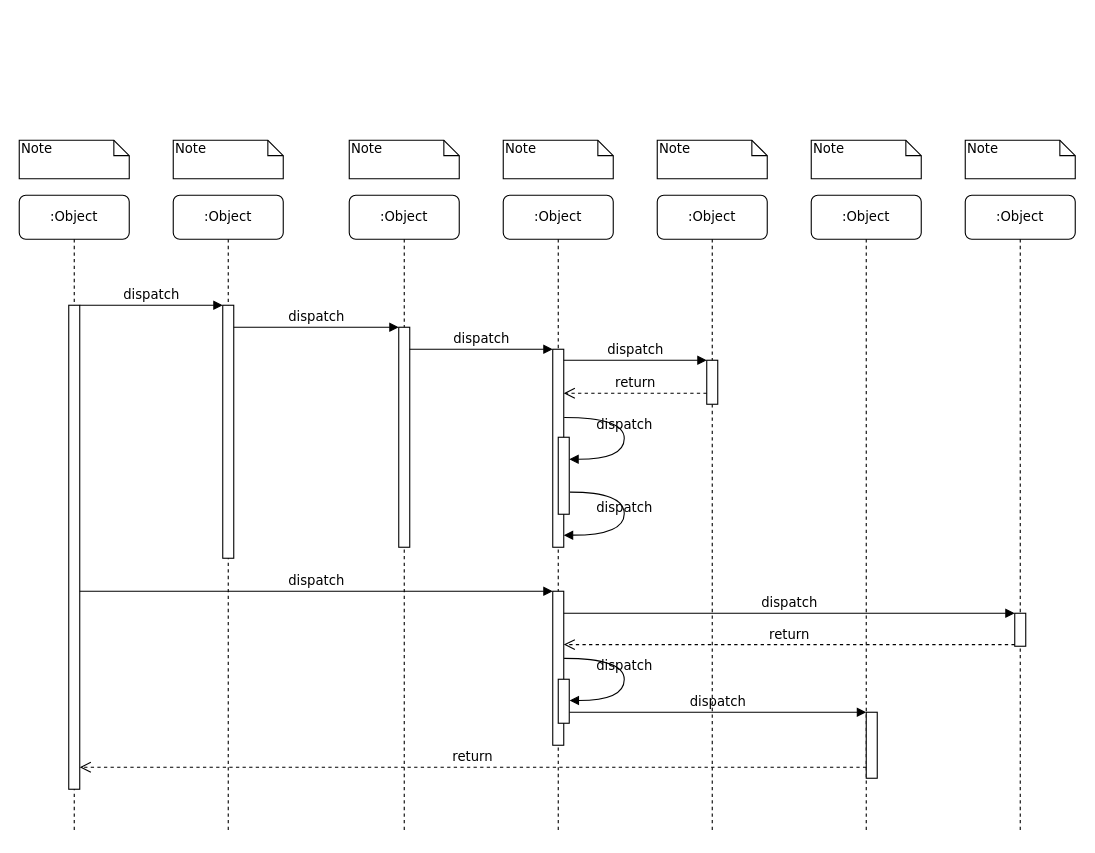
IRC-WIR/ft_irc keeps this draw.io diagram as docs/Untitled Diagram.drawio. Above is the earlier version. Source tidied: cells renumbered, new cells numbered last; positions are measured from the earlier drawing's top-left corner, leaving out a move shared by most shapes. Both pictures are drawn from the tidied source at 110%, with x=0, y=0 at pixel (19, 140).
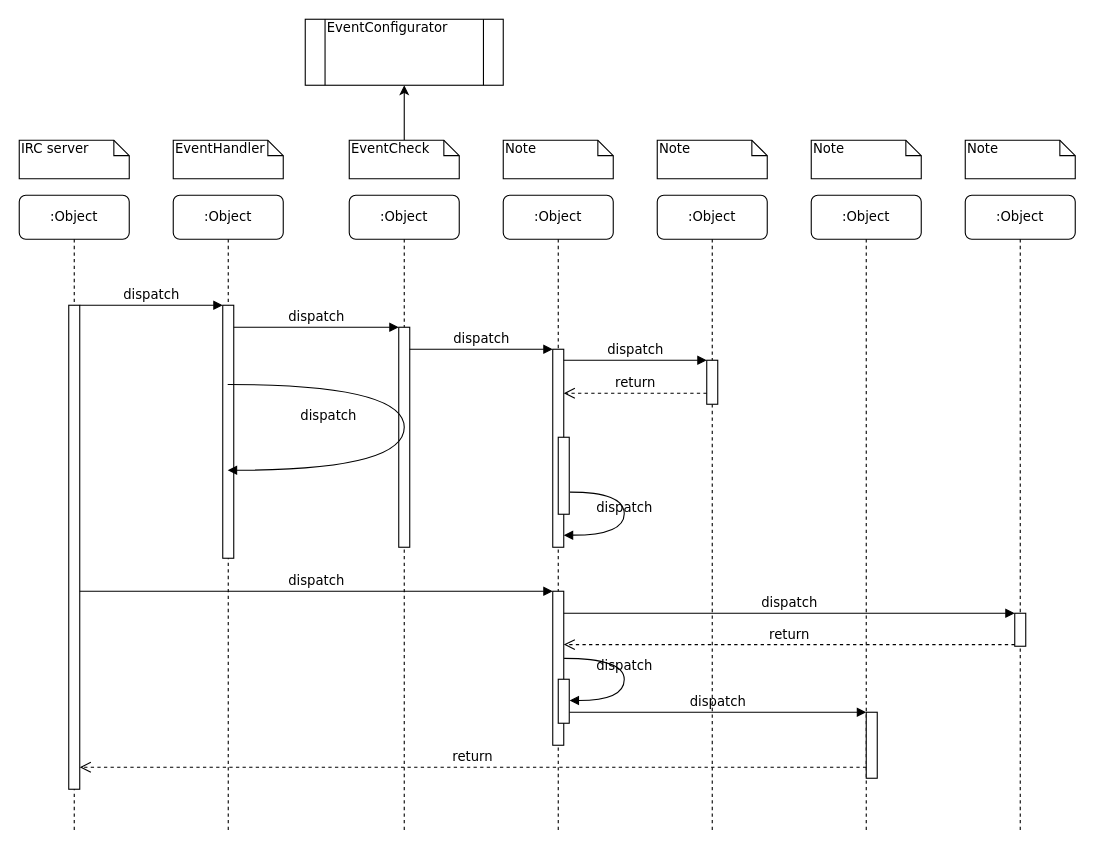
Above is the later version.

The change refers to these unchanged cells:
```xml
<mxCell id="2" value=":Object" style="shape=umlLifeline;perimeter=lifelinePerimeter;whiteSpace=wrap;html=1;outlineConnect=0;rounded=1;shadow=0;comic=0;labelBackgroundColor=none;strokeWidth=1;fontFamily=Verdana;fontSize=12;align=center;" parent="1" vertex="1">
  <mxGeometry x="140" y="50" width="100" height="580" as="geometry" />
</mxCell>
<mxCell id="12" style="html=1;points=[];perimeter=orthogonalPerimeter;rounded=0;shadow=0;comic=0;labelBackgroundColor=none;strokeWidth=1;fontFamily=Verdana;fontSize=12;align=center;" parent="1" vertex="1">
  <mxGeometry x="485" y="190" width="10" height="180" as="geometry" />
</mxCell>
<mxCell id="27" style="html=1;points=[];perimeter=orthogonalPerimeter;rounded=0;shadow=0;comic=0;labelBackgroundColor=none;strokeWidth=1;fontFamily=Verdana;fontSize=12;align=center;" parent="1" vertex="1">
  <mxGeometry x="490" y="270" width="10" height="70" as="geometry" />
</mxCell>
```

Change to the diagram source:
```diff
@@
-    <mxCell id="28" value="dispatch" style="html=1;verticalAlign=bottom;endArrow=block;labelBackgroundColor=none;fontFamily=Verdana;fontSize=12;elbow=vertical;edgeStyle=orthogonalEdgeStyle;curved=1;entryX=1;entryY=0.286;entryPerimeter=0;exitX=1.038;exitY=0.345;exitPerimeter=0;" parent="1" edge="1" source="12" target="27">
-      <mxGeometry relative="1" as="geometry">
-        <Array as="points">
-          <mxPoint x="550" y="252" />
-          <mxPoint x="550" y="290" />
-        </Array>
-      </mxGeometry>
-    </mxCell>
@@
-    <mxCell id="32" value="Note" style="shape=note;whiteSpace=wrap;html=1;size=14;verticalAlign=top;align=left;spacingTop=-6;rounded=0;shadow=0;comic=0;labelBackgroundColor=none;strokeWidth=1;fontFamily=Verdana;fontSize=12;" parent="1" vertex="1">
+    <mxCell id="32" value="IRC server" style="shape=note;whiteSpace=wrap;html=1;size=14;verticalAlign=top;align=left;spacingTop=-6;rounded=0;shadow=0;comic=0;labelBackgroundColor=none;strokeWidth=1;fontFamily=Verdana;fontSize=12;" parent="1" vertex="1">
       <mxGeometry width="100" height="35" as="geometry" />
     </mxCell>
-    <mxCell id="33" value="Note" style="shape=note;whiteSpace=wrap;html=1;size=14;verticalAlign=top;align=left;spacingTop=-6;rounded=0;shadow=0;comic=0;labelBackgroundColor=none;strokeWidth=1;fontFamily=Verdana;fontSize=12;" parent="1" vertex="1">
+    <mxCell id="33" value="EventHandler" style="shape=note;whiteSpace=wrap;html=1;size=14;verticalAlign=top;align=left;spacingTop=-6;rounded=0;shadow=0;comic=0;labelBackgroundColor=none;strokeWidth=1;fontFamily=Verdana;fontSize=12;" parent="1" vertex="1">
       <mxGeometry x="140" width="100" height="35" as="geometry" />
     </mxCell>
+    <mxCell id="39" style="edgeStyle=orthogonalEdgeStyle;rounded=0;jettySize=auto;html=1;" parent="1" edge="1" source="34" target="40">
+      <mxGeometry relative="1" as="geometry" />
+    </mxCell>
-    <mxCell id="34" value="Note" style="shape=note;whiteSpace=wrap;html=1;size=14;verticalAlign=top;align=left;spacingTop=-6;rounded=0;shadow=0;comic=0;labelBackgroundColor=none;strokeWidth=1;fontFamily=Verdana;fontSize=12;" parent="1" vertex="1">
+    <mxCell id="34" value="EventCheck" style="shape=note;whiteSpace=wrap;html=1;size=14;verticalAlign=top;align=left;spacingTop=-6;rounded=0;shadow=0;comic=0;labelBackgroundColor=none;strokeWidth=1;fontFamily=Verdana;fontSize=12;" parent="1" vertex="1">
       <mxGeometry x="300" width="100" height="35" as="geometry" />
     </mxCell>
@@
+    <mxCell id="28" value="dispatch" style="html=1;verticalAlign=bottom;endArrow=block;labelBackgroundColor=none;fontFamily=Verdana;fontSize=12;elbow=vertical;edgeStyle=orthogonalEdgeStyle;curved=1;" parent="1" edge="1" source="2" target="2">
+      <mxGeometry x="-0.55" y="-38" relative="1" as="geometry">
+        <Array as="points">
+          <mxPoint x="350" y="222" />
+          <mxPoint x="350" y="300" />
+        </Array>
+        <mxPoint x="1" as="offset" />
+      </mxGeometry>
+    </mxCell>
+    <mxCell id="40" value="EventConfigurator" style="shape=process;whiteSpace=wrap;html=1;backgroundOutline=1;fontFamily=Verdana;align=left;verticalAlign=top;spacingTop=-6;rounded=0;shadow=0;comic=0;labelBackgroundColor=none;strokeWidth=1;" parent="1" vertex="1">
+      <mxGeometry x="260" y="-110" width="180" height="60" as="geometry" />
+    </mxCell>
```
